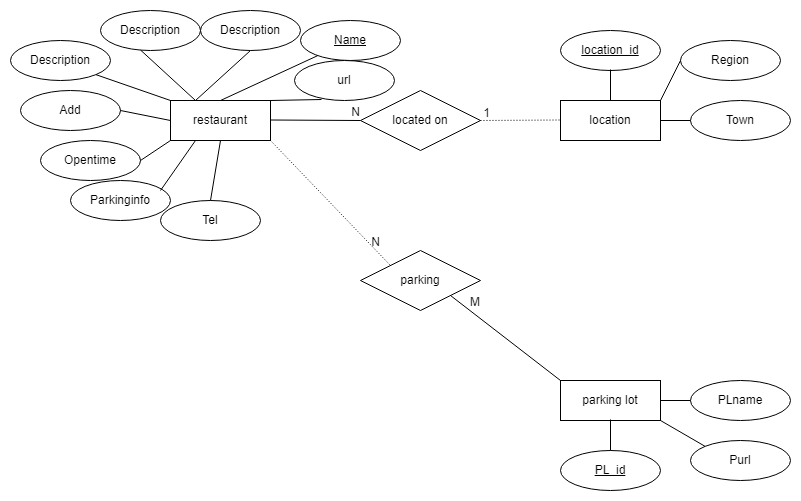
This is img/ER-diagram.png from Manders-Ma/restaurant-finder-TW, a draw.io export, as it was before one commit. Source tidied: cells renumbered, new cells last; positions are measured from the earlier drawing's top-left corner, leaving out a move shared by most shapes.
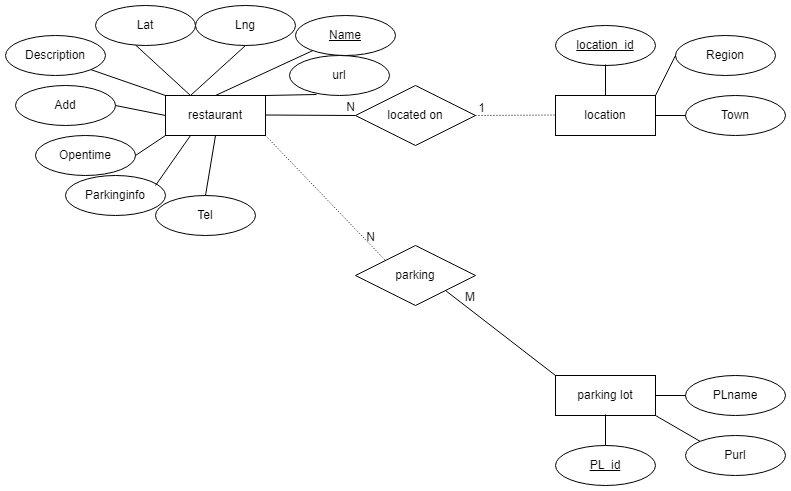
Above is the later version.

Change to the diagram source:
```diff
@@ -139,10 +139,10 @@
     <mxCell id="38" style="endArrow=none;html=1;rounded=0;entryX=1;entryY=0;entryDx=0;entryDy=0;exitX=0.27;exitY=0.975;exitDx=0;exitDy=0;exitPerimeter=0;" parent="1" edge="1" source="37" target="2">
       <mxGeometry relative="1" as="geometry" />
     </mxCell>
-    <mxCell id="39" value="Description" style="ellipse;whiteSpace=wrap;html=1;align=center;" parent="1" vertex="1">
+    <mxCell id="39" value="Lng" style="ellipse;whiteSpace=wrap;html=1;align=center;" parent="1" vertex="1">
       <mxGeometry x="190" width="100" height="40" as="geometry" />
     </mxCell>
-    <mxCell id="40" value="Description" style="ellipse;whiteSpace=wrap;html=1;align=center;" parent="1" vertex="1">
+    <mxCell id="40" value="Lat" style="ellipse;whiteSpace=wrap;html=1;align=center;" parent="1" vertex="1">
       <mxGeometry x="90" width="100" height="40" as="geometry" />
     </mxCell>
     <mxCell id="41" style="edgeStyle=orthogonalEdgeStyle;rounded=0;orthogonalLoop=1;jettySize=auto;html=1;exitX=0.5;exitY=1;exitDx=0;exitDy=0;" parent="1" edge="1" source="40" target="40">
```
